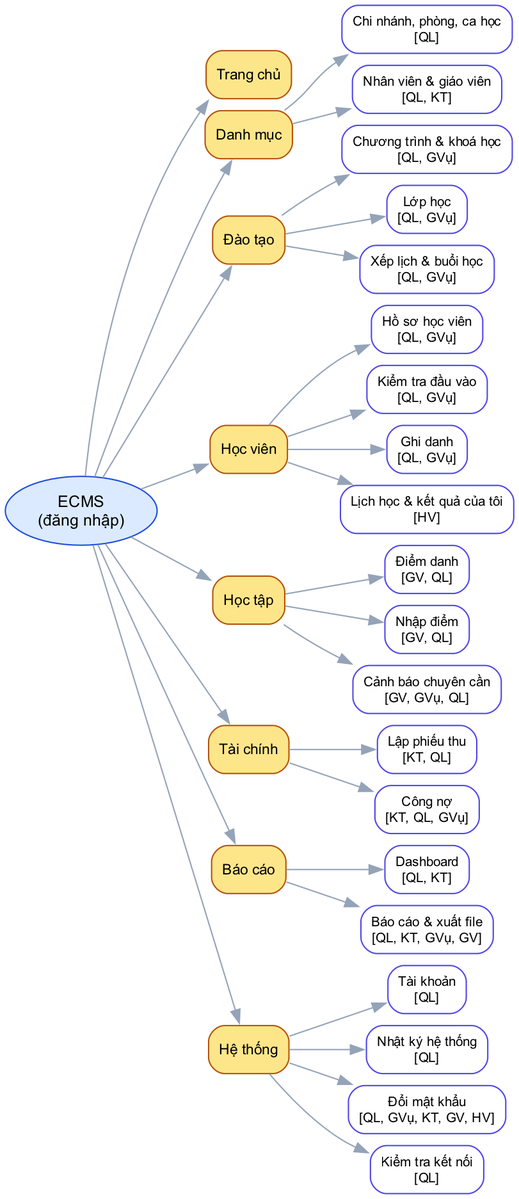
Above: docs/design/menu-tree.png in nhutruong-uit/ecms (Graphviz), before the change. Its source is kept beside it as docs/design/menu-tree.dot.
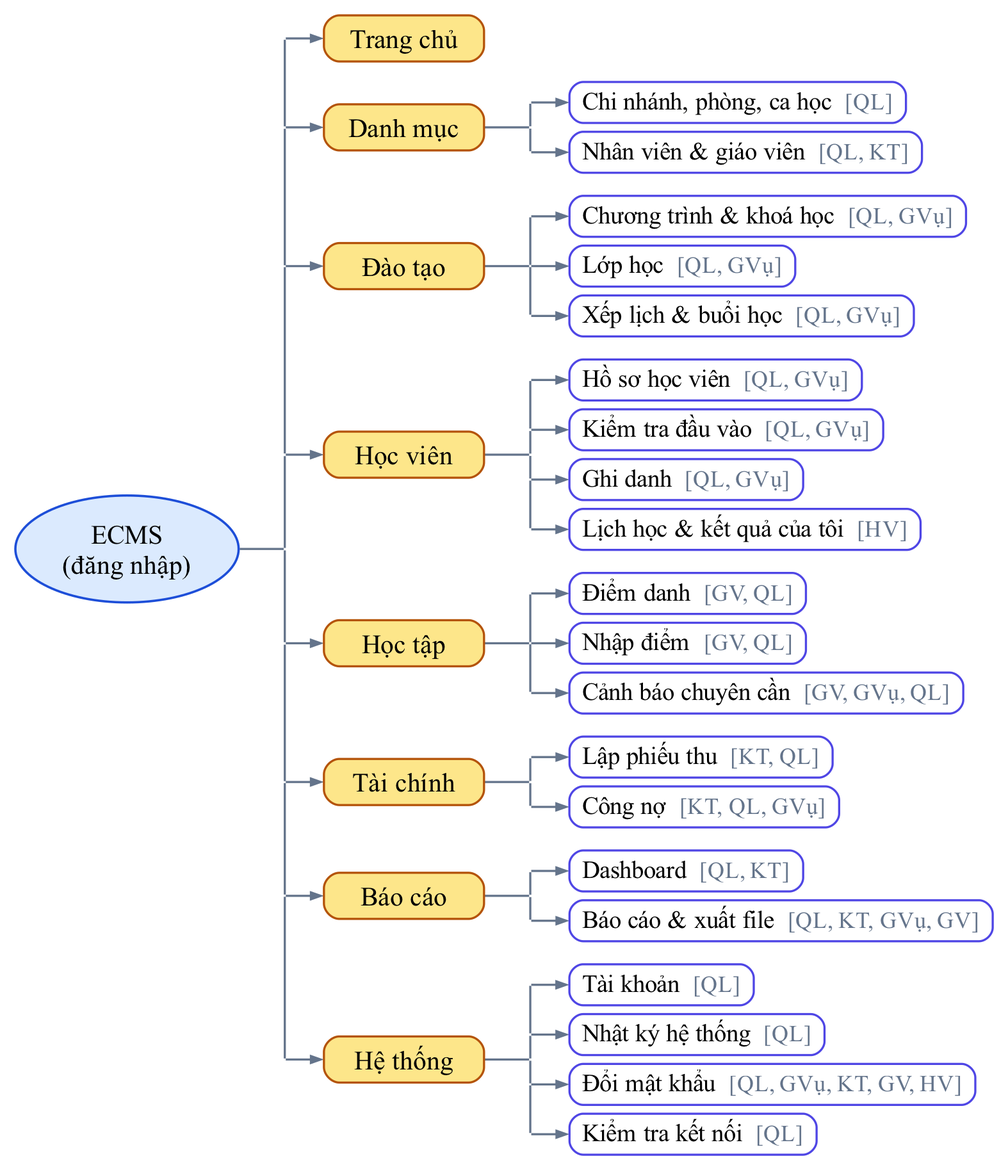
The same file after the commit.

Diff of the diagram source:
```diff
@@ -1,32 +1,130 @@
-digraph M { rankdir=LR; nodesep=0.12; ranksep=0.5; fontname="Arial";
-node [fontname="Arial", fontsize=10, shape=box, style="rounded,filled", fillcolor="#eef2ff", color="#4f46e5"]; edge [color="#94a3b8"];
-root [label="ECMS\n(đăng nhập)", shape=ellipse, fillcolor="#dbeafe", color="#1d4ed8", fontsize=12];
-g0 [label="Trang chủ", fillcolor="#fde68a", color="#b45309", fontsize=11]; root -> g0;
-g1 [label="Danh mục", fillcolor="#fde68a", color="#b45309", fontsize=11]; root -> g1;
-p1 [label="Chi nhánh, phòng, ca học\n[QL]", fillcolor="#ffffff"]; g1 -> p1;
-p2 [label="Nhân viên & giáo viên\n[QL, KT]", fillcolor="#ffffff"]; g1 -> p2;
-g2 [label="Đào tạo", fillcolor="#fde68a", color="#b45309", fontsize=11]; root -> g2;
-p3 [label="Chương trình & khoá học\n[QL, GVụ]", fillcolor="#ffffff"]; g2 -> p3;
-p4 [label="Lớp học\n[QL, GVụ]", fillcolor="#ffffff"]; g2 -> p4;
-p5 [label="Xếp lịch & buổi học\n[QL, GVụ]", fillcolor="#ffffff"]; g2 -> p5;
-g3 [label="Học viên", fillcolor="#fde68a", color="#b45309", fontsize=11]; root -> g3;
-p6 [label="Hồ sơ học viên\n[QL, GVụ]", fillcolor="#ffffff"]; g3 -> p6;
-p7 [label="Kiểm tra đầu vào\n[QL, GVụ]", fillcolor="#ffffff"]; g3 -> p7;
-p8 [label="Ghi danh\n[QL, GVụ]", fillcolor="#ffffff"]; g3 -> p8;
-p9 [label="Lịch học & kết quả của tôi\n[HV]", fillcolor="#ffffff"]; g3 -> p9;
-g4 [label="Học tập", fillcolor="#fde68a", color="#b45309", fontsize=11]; root -> g4;
-p10 [label="Điểm danh\n[GV, QL]", fillcolor="#ffffff"]; g4 -> p10;
-p11 [label="Nhập điểm\n[GV, QL]", fillcolor="#ffffff"]; g4 -> p11;
-p12 [label="Cảnh báo chuyên cần\n[GV, GVụ, QL]", fillcolor="#ffffff"]; g4 -> p12;
-g5 [label="Tài chính", fillcolor="#fde68a", color="#b45309", fontsize=11]; root -> g5;
-p13 [label="Lập phiếu thu\n[KT, QL]", fillcolor="#ffffff"]; g5 -> p13;
-p14 [label="Công nợ\n[KT, QL, GVụ]", fillcolor="#ffffff"]; g5 -> p14;
-g6 [label="Báo cáo", fillcolor="#fde68a", color="#b45309", fontsize=11]; root -> g6;
-p15 [label="Dashboard\n[QL, KT]", fillcolor="#ffffff"]; g6 -> p15;
-p16 [label="Báo cáo & xuất file\n[QL, KT, GVụ, GV]", fillcolor="#ffffff"]; g6 -> p16;
-g7 [label="Hệ thống", fillcolor="#fde68a", color="#b45309", fontsize=11]; root -> g7;
-p17 [label="Tài khoản\n[QL]", fillcolor="#ffffff"]; g7 -> p17;
-p18 [label="Nhật ký hệ thống\n[QL]", fillcolor="#ffffff"]; g7 -> p18;
-p19 [label="Đổi mật khẩu\n[QL, GVụ, KT, GV, HV]", fillcolor="#ffffff"]; g7 -> p19;
-p20 [label="Kiểm tra kết nối\n[QL]", fillcolor="#ffffff"]; g7 -> p20;
+digraph M {
+  graph [splines=line, outputorder=edgesfirst, bgcolor="white", pad=0.12];
+  edge [color="#64748b", penwidth=1.2, arrowsize=0.55, arrowhead=none];
+  node [shape=point, width=0, height=0, label="", style=invis];   // điểm gấp của đường nối (ẩn)
+  root [pos="66.8,329.0!", label="ECMS\n(đăng nhập)", shape=ellipse, style=filled, fillcolor="#dbeafe", color="#1d4ed8", penwidth=1.3, fontname="Times New Roman,", fontsize=15];
+  g0 [pos="222.5,616.0!", label="Trang chủ", shape=box, style="rounded,filled", fillcolor="#fde68a", color="#b45309", penwidth=1.2, fontname="Times New Roman,", fontsize=15, height=0.36, width=1.25, margin="0.08,0.03"];
+  g1 [pos="222.5,566.0!", label="Danh mục", shape=box, style="rounded,filled", fillcolor="#fde68a", color="#b45309", penwidth=1.2, fontname="Times New Roman,", fontsize=15, height=0.36, width=1.25, margin="0.08,0.03"];
+  g1_0 [pos="410.1,580.0!", label=<Chi nhánh, phòng, ca học  <FONT COLOR="#64748b" POINT-SIZE="13">[QL]</FONT>>, shape=box, style="rounded,filled", fillcolor="#ffffff", color="#4f46e5", penwidth=1.2, fontname="Times New Roman,", fontsize=14, height=0.32, margin="0.10,0.03"];
+  g1_1 [pos="414.6,552.0!", label=<Nhân viên &amp; giáo viên  <FONT COLOR="#64748b" POINT-SIZE="13">[QL, KT]</FONT>>, shape=box, style="rounded,filled", fillcolor="#ffffff", color="#4f46e5", penwidth=1.2, fontname="Times New Roman,", fontsize=14, height=0.32, margin="0.10,0.03"];
+  g2 [pos="222.5,488.0!", label="Đào tạo", shape=box, style="rounded,filled", fillcolor="#fde68a", color="#b45309", penwidth=1.2, fontname="Times New Roman,", fontsize=15, height=0.36, width=1.25, margin="0.08,0.03"];
+  g2_0 [pos="427.0,516.0!", label=<Chương trình &amp; khoá học  <FONT COLOR="#64748b" POINT-SIZE="13">[QL, GVụ]</FONT>>, shape=box, style="rounded,filled", fillcolor="#ffffff", color="#4f46e5", penwidth=1.2, fontname="Times New Roman,", fontsize=14, height=0.32, margin="0.10,0.03"];
+  g2_1 [pos="379.0,488.0!", label=<Lớp học  <FONT COLOR="#64748b" POINT-SIZE="13">[QL, GVụ]</FONT>>, shape=box, style="rounded,filled", fillcolor="#ffffff", color="#4f46e5", penwidth=1.2, fontname="Times New Roman,", fontsize=14, height=0.32, margin="0.10,0.03"];
+  g2_2 [pos="412.3,460.0!", label=<Xếp lịch &amp; buổi học  <FONT COLOR="#64748b" POINT-SIZE="13">[QL, GVụ]</FONT>>, shape=box, style="rounded,filled", fillcolor="#ffffff", color="#4f46e5", penwidth=1.2, fontname="Times New Roman,", fontsize=14, height=0.32, margin="0.10,0.03"];
+  g3 [pos="222.5,382.0!", label="Học viên", shape=box, style="rounded,filled", fillcolor="#fde68a", color="#b45309", penwidth=1.2, fontname="Times New Roman,", fontsize=15, height=0.36, width=1.25, margin="0.08,0.03"];
+  g3_0 [pos="397.7,424.0!", label=<Hồ sơ học viên  <FONT COLOR="#64748b" POINT-SIZE="13">[QL, GVụ]</FONT>>, shape=box, style="rounded,filled", fillcolor="#ffffff", color="#4f46e5", penwidth=1.2, fontname="Times New Roman,", fontsize=14, height=0.32, margin="0.10,0.03"];
+  g3_1 [pos="403.7,396.0!", label=<Kiểm tra đầu vào  <FONT COLOR="#64748b" POINT-SIZE="13">[QL, GVụ]</FONT>>, shape=box, style="rounded,filled", fillcolor="#ffffff", color="#4f46e5", penwidth=1.2, fontname="Times New Roman,", fontsize=14, height=0.32, margin="0.10,0.03"];
+  g3_2 [pos="381.2,368.0!", label=<Ghi danh  <FONT COLOR="#64748b" POINT-SIZE="13">[QL, GVụ]</FONT>>, shape=box, style="rounded,filled", fillcolor="#ffffff", color="#4f46e5", penwidth=1.2, fontname="Times New Roman,", fontsize=14, height=0.32, margin="0.10,0.03"];
+  g3_3 [pos="414.2,340.0!", label=<Lịch học &amp; kết quả của tôi  <FONT COLOR="#64748b" POINT-SIZE="13">[HV]</FONT>>, shape=box, style="rounded,filled", fillcolor="#ffffff", color="#4f46e5", penwidth=1.2, fontname="Times New Roman,", fontsize=14, height=0.32, margin="0.10,0.03"];
+  g4 [pos="222.5,276.0!", label="Học tập", shape=box, style="rounded,filled", fillcolor="#fde68a", color="#b45309", penwidth=1.2, fontname="Times New Roman,", fontsize=15, height=0.36, width=1.25, margin="0.08,0.03"];
+  g4_0 [pos="382.0,304.0!", label=<Điểm danh  <FONT COLOR="#64748b" POINT-SIZE="13">[GV, QL]</FONT>>, shape=box, style="rounded,filled", fillcolor="#ffffff", color="#4f46e5", penwidth=1.2, fontname="Times New Roman,", fontsize=14, height=0.32, margin="0.10,0.03"];
+  g4_1 [pos="382.0,276.0!", label=<Nhập điểm  <FONT COLOR="#64748b" POINT-SIZE="13">[GV, QL]</FONT>>, shape=box, style="rounded,filled", fillcolor="#ffffff", color="#4f46e5", penwidth=1.2, fontname="Times New Roman,", fontsize=14, height=0.32, margin="0.10,0.03"];
+  g4_2 [pos="426.2,248.0!", label=<Cảnh báo chuyên cần  <FONT COLOR="#64748b" POINT-SIZE="13">[GV, GVụ, QL]</FONT>>, shape=box, style="rounded,filled", fillcolor="#ffffff", color="#4f46e5", penwidth=1.2, fontname="Times New Roman,", fontsize=14, height=0.32, margin="0.10,0.03"];
+  g5 [pos="222.5,198.0!", label="Tài chính", shape=box, style="rounded,filled", fillcolor="#fde68a", color="#b45309", penwidth=1.2, fontname="Times New Roman,", fontsize=15, height=0.36, width=1.25, margin="0.08,0.03"];
+  g5_0 [pos="389.5,212.0!", label=<Lập phiếu thu  <FONT COLOR="#64748b" POINT-SIZE="13">[KT, QL]</FONT>>, shape=box, style="rounded,filled", fillcolor="#ffffff", color="#4f46e5", penwidth=1.2, fontname="Times New Roman,", fontsize=14, height=0.32, margin="0.10,0.03"];
+  g5_1 [pos="391.3,184.0!", label=<Công nợ  <FONT COLOR="#64748b" POINT-SIZE="13">[KT, QL, GVụ]</FONT>>, shape=box, style="rounded,filled", fillcolor="#ffffff", color="#4f46e5", penwidth=1.2, fontname="Times New Roman,", fontsize=14, height=0.32, margin="0.10,0.03"];
+  g6 [pos="222.5,134.0!", label="Báo cáo", shape=box, style="rounded,filled", fillcolor="#fde68a", color="#b45309", penwidth=1.2, fontname="Times New Roman,", fontsize=15, height=0.36, width=1.25, margin="0.08,0.03"];
+  g6_0 [pos="381.2,148.0!", label=<Dashboard  <FONT COLOR="#64748b" POINT-SIZE="13">[QL, KT]</FONT>>, shape=box, style="rounded,filled", fillcolor="#ffffff", color="#4f46e5", penwidth=1.2, fontname="Times New Roman,", fontsize=14, height=0.32, margin="0.10,0.03"];
+  g6_1 [pos="434.5,120.0!", label=<Báo cáo &amp; xuất file  <FONT COLOR="#64748b" POINT-SIZE="13">[QL, KT, GVụ, GV]</FONT>>, shape=box, style="rounded,filled", fillcolor="#ffffff", color="#4f46e5", penwidth=1.2, fontname="Times New Roman,", fontsize=14, height=0.32, margin="0.10,0.03"];
+  g7 [pos="222.5,42.0!", label="Hệ thống", shape=box, style="rounded,filled", fillcolor="#fde68a", color="#b45309", penwidth=1.2, fontname="Times New Roman,", fontsize=15, height=0.36, width=1.25, margin="0.08,0.03"];
+  g7_0 [pos="367.3,84.0!", label=<Tài khoản  <FONT COLOR="#64748b" POINT-SIZE="13">[QL]</FONT>>, shape=box, style="rounded,filled", fillcolor="#ffffff", color="#4f46e5", penwidth=1.2, fontname="Times New Roman,", fontsize=14, height=0.32, margin="0.10,0.03"];
+  g7_1 [pos="387.2,56.0!", label=<Nhật ký hệ thống  <FONT COLOR="#64748b" POINT-SIZE="13">[QL]</FONT>>, shape=box, style="rounded,filled", fillcolor="#ffffff", color="#4f46e5", penwidth=1.2, fontname="Times New Roman,", fontsize=14, height=0.32, margin="0.10,0.03"];
+  g7_2 [pos="429.6,28.0!", label=<Đổi mật khẩu  <FONT COLOR="#64748b" POINT-SIZE="13">[QL, GVụ, KT, GV, HV]</FONT>>, shape=box, style="rounded,filled", fillcolor="#ffffff", color="#4f46e5", penwidth=1.2, fontname="Times New Roman,", fontsize=14, height=0.32, margin="0.10,0.03"];
+  g7_3 [pos="385.0,0.0!", label=<Kiểm tra kết nối  <FONT COLOR="#64748b" POINT-SIZE="13">[QL]</FONT>>, shape=box, style="rounded,filled", fillcolor="#ffffff", color="#4f46e5", penwidth=1.2, fontname="Times New Roman,", fontsize=14, height=0.32, margin="0.10,0.03"];
+  _t_0 [pos="155.5,42.0!"];
+  _t_1 [pos="155.5,134.0!"];
+  _t_2 [pos="155.5,198.0!"];
+  _t_3 [pos="155.5,276.0!"];
+  _t_4 [pos="155.5,329.0!"];
+  _t_5 [pos="155.5,382.0!"];
+  _t_6 [pos="155.5,488.0!"];
+  _t_7 [pos="155.5,566.0!"];
+  _t_8 [pos="155.5,616.0!"];
+  root:e -> _t_4;
+  _t_0 -> _t_1;
+  _t_1 -> _t_2;
+  _t_2 -> _t_3;
+  _t_3 -> _t_4;
+  _t_4 -> _t_5;
+  _t_5 -> _t_6;
+  _t_6 -> _t_7;
+  _t_7 -> _t_8;
+  _t_8 -> g0:w [arrowhead=normal];
+  _t_7 -> g1:w [arrowhead=normal];
+  _t_6 -> g2:w [arrowhead=normal];
+  _t_5 -> g3:w [arrowhead=normal];
+  _t_3 -> g4:w [arrowhead=normal];
+  _t_2 -> g5:w [arrowhead=normal];
+  _t_1 -> g6:w [arrowhead=normal];
+  _t_0 -> g7:w [arrowhead=normal];
+  _g1_0 [pos="293.5,552.0!"];
+  _g1_1 [pos="293.5,566.0!"];
+  _g1_2 [pos="293.5,580.0!"];
+  g1:e -> _g1_1;
+  _g1_0 -> _g1_1;
+  _g1_1 -> _g1_2;
+  _g1_2 -> g1_0:w [arrowhead=normal];
+  _g1_0 -> g1_1:w [arrowhead=normal];
+  _g2_0 [pos="293.5,460.0!"];
+  _g2_1 [pos="293.5,488.0!"];
+  _g2_2 [pos="293.5,516.0!"];
+  g2:e -> _g2_1;
+  _g2_0 -> _g2_1;
+  _g2_1 -> _g2_2;
+  _g2_2 -> g2_0:w [arrowhead=normal];
+  _g2_1 -> g2_1:w [arrowhead=normal];
+  _g2_0 -> g2_2:w [arrowhead=normal];
+  _g3_0 [pos="293.5,340.0!"];
+  _g3_1 [pos="293.5,368.0!"];
+  _g3_2 [pos="293.5,382.0!"];
+  _g3_3 [pos="293.5,396.0!"];
+  _g3_4 [pos="293.5,424.0!"];
+  g3:e -> _g3_2;
+  _g3_0 -> _g3_1;
+  _g3_1 -> _g3_2;
+  _g3_2 -> _g3_3;
+  _g3_3 -> _g3_4;
+  _g3_4 -> g3_0:w [arrowhead=normal];
+  _g3_3 -> g3_1:w [arrowhead=normal];
+  _g3_1 -> g3_2:w [arrowhead=normal];
+  _g3_0 -> g3_3:w [arrowhead=normal];
+  _g4_0 [pos="293.5,248.0!"];
+  _g4_1 [pos="293.5,276.0!"];
+  _g4_2 [pos="293.5,304.0!"];
+  g4:e -> _g4_1;
+  _g4_0 -> _g4_1;
+  _g4_1 -> _g4_2;
+  _g4_2 -> g4_0:w [arrowhead=normal];
+  _g4_1 -> g4_1:w [arrowhead=normal];
+  _g4_0 -> g4_2:w [arrowhead=normal];
+  _g5_0 [pos="293.5,184.0!"];
+  _g5_1 [pos="293.5,198.0!"];
+  _g5_2 [pos="293.5,212.0!"];
+  g5:e -> _g5_1;
+  _g5_0 -> _g5_1;
+  _g5_1 -> _g5_2;
+  _g5_2 -> g5_0:w [arrowhead=normal];
+  _g5_0 -> g5_1:w [arrowhead=normal];
+  _g6_0 [pos="293.5,120.0!"];
+  _g6_1 [pos="293.5,134.0!"];
+  _g6_2 [pos="293.5,148.0!"];
+  g6:e -> _g6_1;
+  _g6_0 -> _g6_1;
+  _g6_1 -> _g6_2;
+  _g6_2 -> g6_0:w [arrowhead=normal];
+  _g6_0 -> g6_1:w [arrowhead=normal];
+  _g7_0 [pos="293.5,0.0!"];
+  _g7_1 [pos="293.5,28.0!"];
+  _g7_2 [pos="293.5,42.0!"];
+  _g7_3 [pos="293.5,56.0!"];
+  _g7_4 [pos="293.5,84.0!"];
+  g7:e -> _g7_2;
+  _g7_0 -> _g7_1;
+  _g7_1 -> _g7_2;
+  _g7_2 -> _g7_3;
+  _g7_3 -> _g7_4;
+  _g7_4 -> g7_0:w [arrowhead=normal];
+  _g7_3 -> g7_1:w [arrowhead=normal];
+  _g7_1 -> g7_2:w [arrowhead=normal];
+  _g7_0 -> g7_3:w [arrowhead=normal];
 }
```
